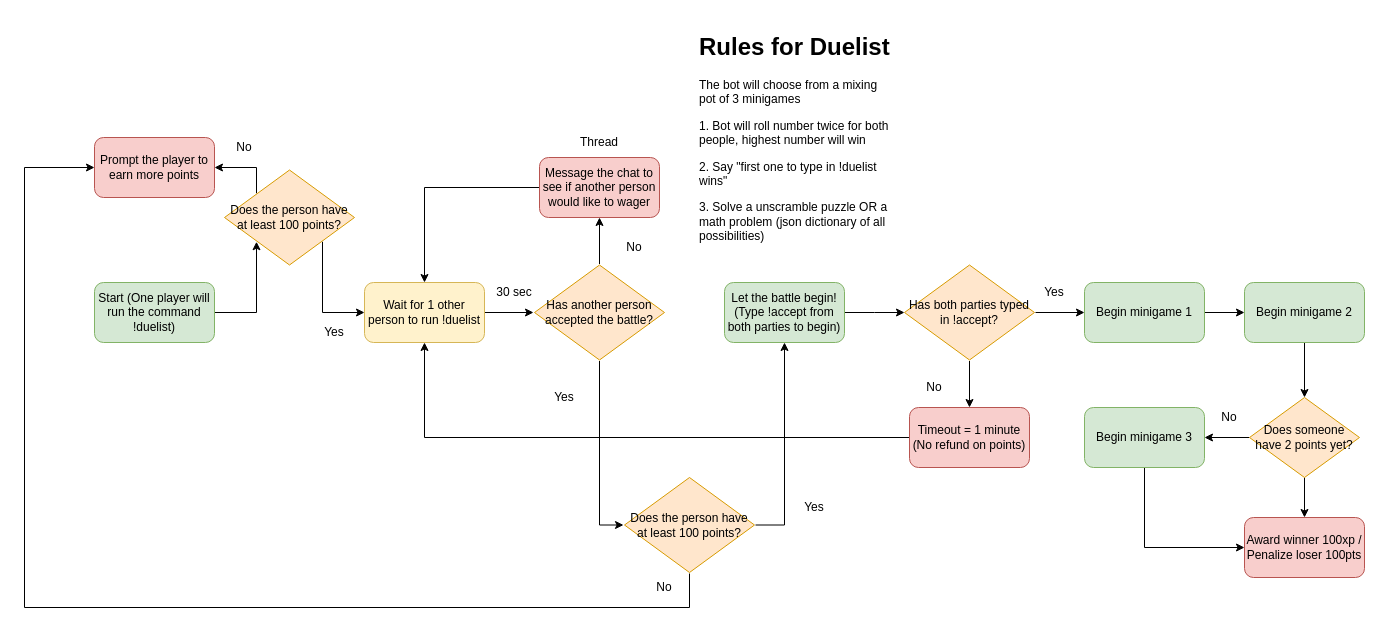
Above: DuelistRules.drawio in chrisclai/CracknCheese-TwitchBot-loklokfafa (draw.io), before the change. Source tidied: cells renumbered, new cells numbered last; positions are measured from the earlier drawing's top-left corner, leaving out a move shared by most shapes. Both pictures are drawn from the tidied source at 100%, with x=0, y=0 at pixel (24, 27).
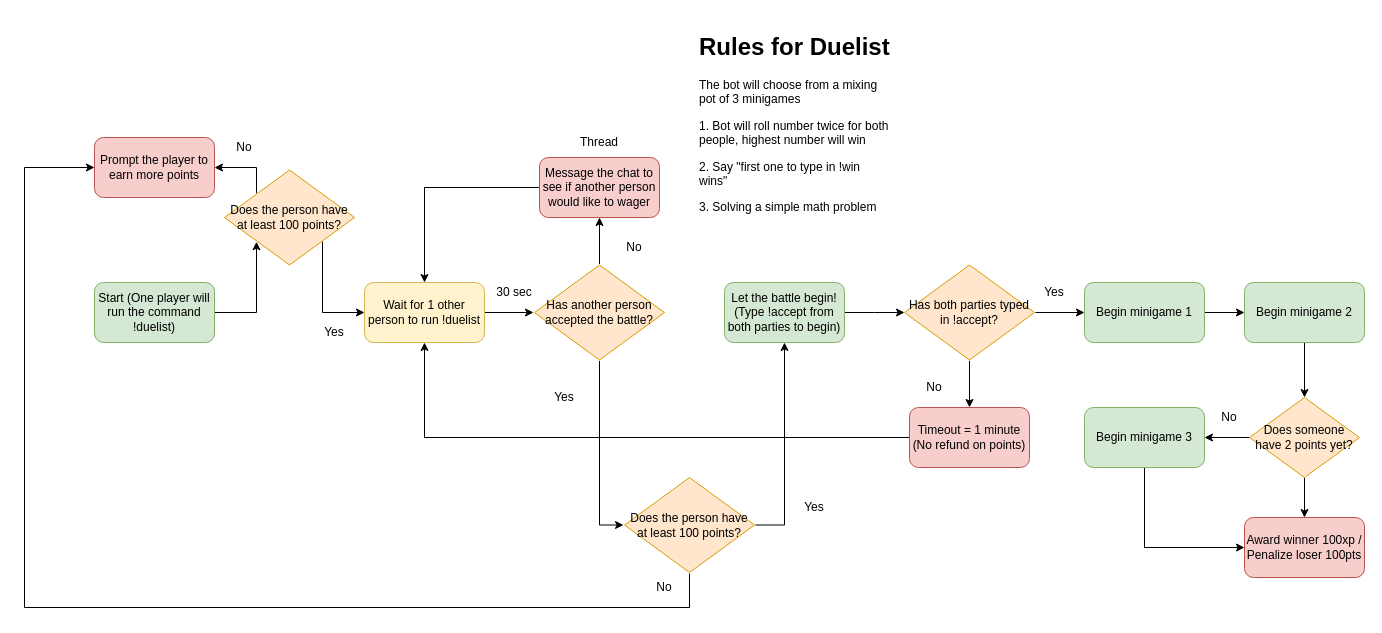
Above is the later version.

Commit message (it also covers changes not shown here):
⚔️Duelist Gamemode up to Minigame 2 (Speed)

Diff of the diagram source:
```diff
@@
-    <mxCell id="15" value="&lt;h1&gt;Rules for Duelist&lt;/h1&gt;&lt;div&gt;The bot will choose from a mixing pot of 3 minigames&lt;/div&gt;&lt;p&gt;1. Bot will roll number twice for both people, highest number will win&lt;/p&gt;&lt;p&gt;2. Say &quot;first one to type in !duelist wins&quot;&lt;/p&gt;&lt;p&gt;3. Solve a unscramble puzzle OR a math problem (json dictionary of all possibilities)&lt;/p&gt;&lt;p&gt;&lt;br&gt;&lt;/p&gt;" style="text;html=1;strokeColor=none;fillColor=none;spacing=5;spacingTop=-20;whiteSpace=wrap;overflow=hidden;rounded=0;" parent="1" vertex="1">
+    <mxCell id="15" value="&lt;h1&gt;Rules for Duelist&lt;/h1&gt;&lt;div&gt;The bot will choose from a mixing pot of 3 minigames&lt;/div&gt;&lt;p&gt;1. Bot will roll number twice for both people, highest number will win&lt;/p&gt;&lt;p&gt;2. Say &quot;first one to type in !win wins&quot;&lt;/p&gt;&lt;p&gt;3. Solving a simple math problem&lt;/p&gt;&lt;p&gt;&lt;br&gt;&lt;/p&gt;" style="text;html=1;strokeColor=none;fillColor=none;spacing=5;spacingTop=-20;whiteSpace=wrap;overflow=hidden;rounded=0;" parent="1" vertex="1">
       <mxGeometry x="670" width="200" height="230" as="geometry" />
     </mxCell>
```
